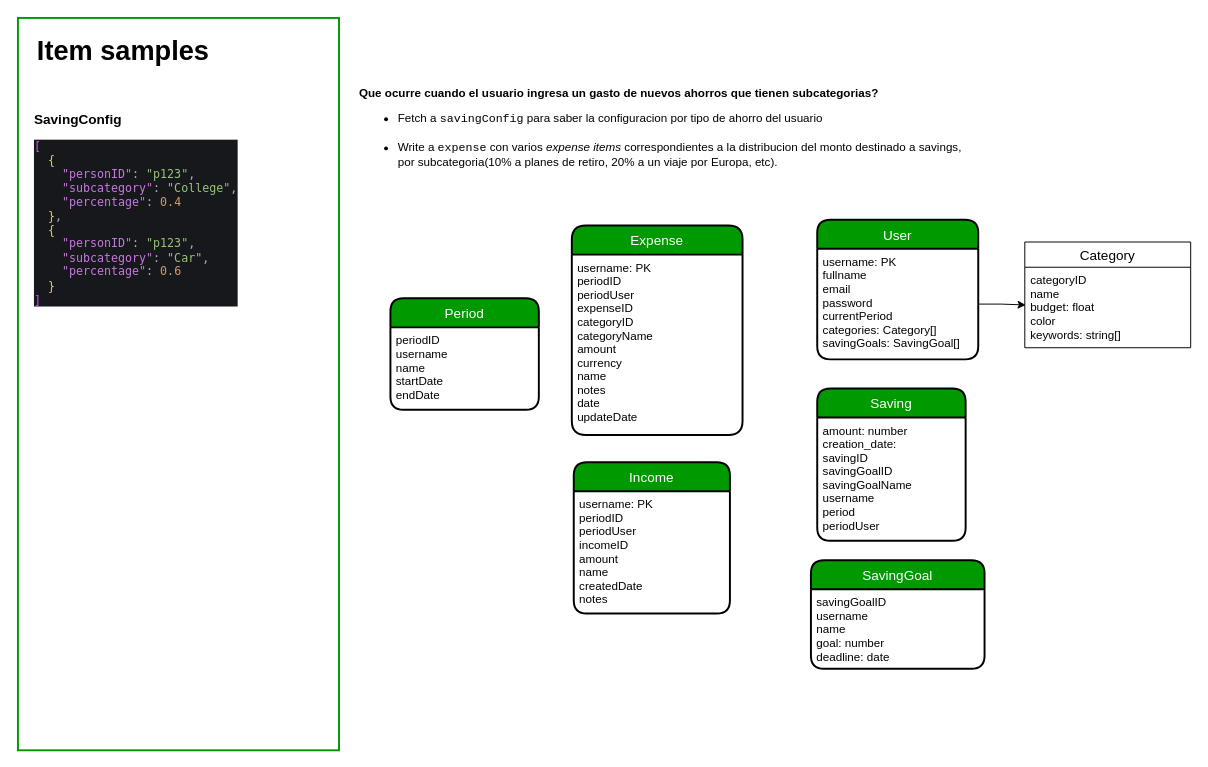
JoelD7/money keeps this draw.io diagram as page "Data Model" (1 of 2) of diagrams/money-diagrams.drawio. Above is the earlier version. Source tidied: cells renumbered, new cells numbered last; positions are measured from the earlier drawing's top-left corner, leaving out a move shared by most shapes. Both pictures are drawn from the tidied source at 97%, with x=0, y=0 at pixel (17, 17).
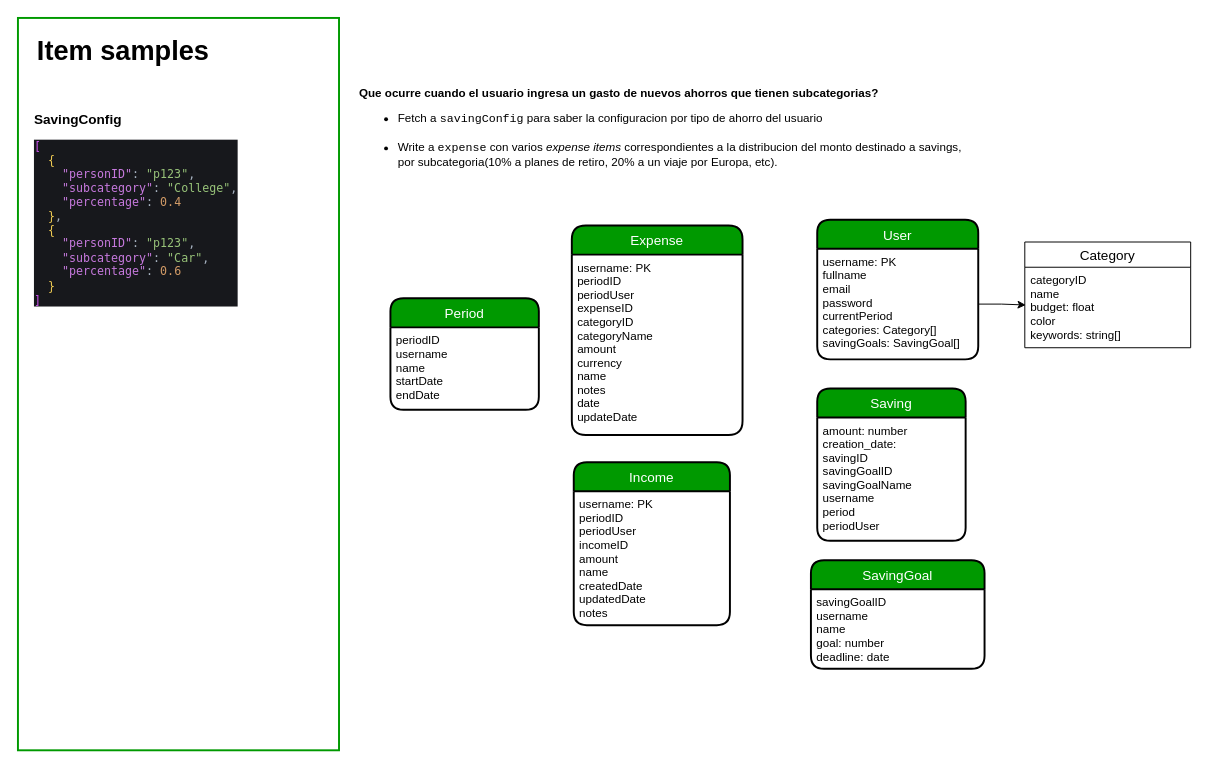
The same page after the edit.

Commit message (it also covers changes not shown here):
Add logic to create income: handler, repository and usecase

Diff of the diagram source:
```diff
@@
     <mxCell id="12" value="Income" style="swimlane;horizontal=1;startSize=30;rounded=1;fontSize=14;fontStyle=0;strokeWidth=2;shadow=0;dashed=0;align=center;fillColor=#009900;fontColor=#FFFFFF;" parent="1" vertex="1">
-      <mxGeometry x="573" y="458" width="161" height="156" as="geometry" />
+      <mxGeometry x="573" y="458" width="161" height="168" as="geometry" />
     </mxCell>
-    <mxCell id="13" value="username: PK&#10;periodID&#10;periodUser&#10;incomeID&#10;amount&#10;name&#10;createdDate&#10;notes" style="align=left;strokeColor=none;fillColor=none;spacingLeft=4;fontSize=12;verticalAlign=top;" parent="12" vertex="1">
-      <mxGeometry y="30" width="161" height="126" as="geometry" />
+    <mxCell id="13" value="username: PK&#10;periodID&#10;periodUser&#10;incomeID&#10;amount&#10;name&#10;createdDate&#10;updatedDate&#10;notes" style="align=left;strokeColor=none;fillColor=none;spacingLeft=4;fontSize=12;verticalAlign=top;" parent="12" vertex="1">
+      <mxGeometry y="30" width="161" height="138" as="geometry" />
     </mxCell>
```
